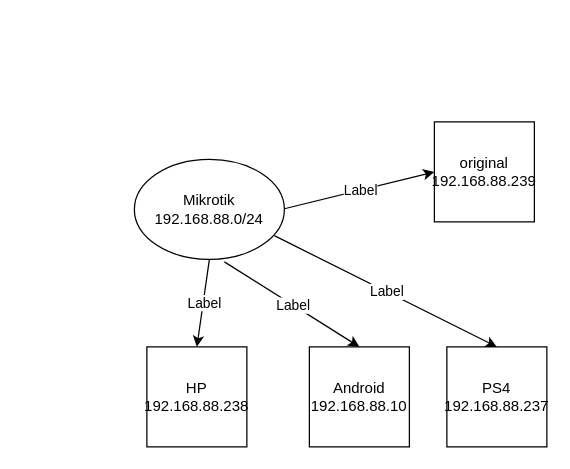
Earlier version of the draw.io diagram Untitled Diagram.drawio (MikhailShapovalov26/3.8). Source tidied: cells renumbered, new cells numbered last; positions are measured from the earlier drawing's top-left corner, leaving out a move shared by most shapes. Both pictures are drawn from the tidied source at 125%, with x=0, y=0 at pixel (134, 121).
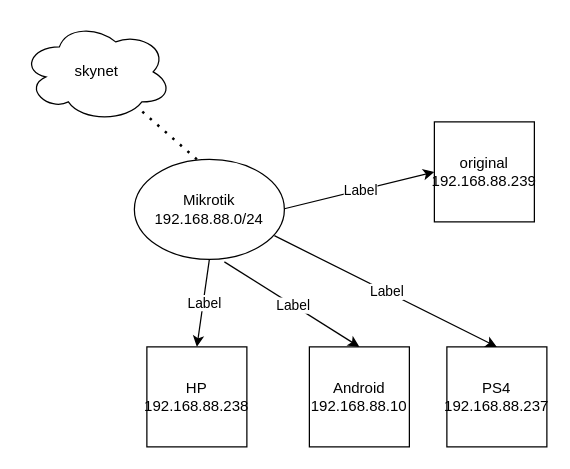
After the change.

Diff of the diagram source:
```diff
@@
 <mxGraphModel>
   <root>
     <mxCell id="0" />
     <mxCell id="1" parent="0" />
     <mxCell id="2" value="Mikrotik 192.168.88.0/24" style="ellipse;whiteSpace=wrap;html=1;" parent="1" vertex="1">
       <mxGeometry y="30" width="120" height="80" as="geometry" />
     </mxCell>
     <mxCell id="3" value="HP 192.168.88.238" style="whiteSpace=wrap;html=1;" parent="1" vertex="1">
       <mxGeometry x="10" y="180" width="80" height="80" as="geometry" />
     </mxCell>
     <mxCell id="4" value="Android 192.168.88.10" style="whiteSpace=wrap;html=1;" parent="1" vertex="1">
       <mxGeometry x="140" y="180" width="80" height="80" as="geometry" />
     </mxCell>
     <mxCell id="5" value="PS4 192.168.88.237" style="whiteSpace=wrap;html=1;" parent="1" vertex="1">
       <mxGeometry x="250" y="180" width="80" height="80" as="geometry" />
     </mxCell>
     <mxCell id="6" value="original 192.168.88.239" style="whiteSpace=wrap;html=1;" parent="1" vertex="1">
       <mxGeometry x="240" width="80" height="80" as="geometry" />
     </mxCell>
     <mxCell id="7" style="endArrow=classic;html=1;rounded=0;entryX=0;entryY=0.5;entryDx=0;entryDy=0;" parent="1" edge="1" target="6">
       <mxGeometry relative="1" as="geometry">
         <mxPoint x="120" y="69.5" as="sourcePoint" />
       </mxGeometry>
     </mxCell>
     <mxCell id="8" value="Label" style="edgeLabel;html=1;align=center;verticalAlign=middle;" parent="7" vertex="1">
       <mxGeometry relative="1" as="geometry" />
     </mxCell>
     <mxCell id="9" style="endArrow=classic;html=1;rounded=0;entryX=0.5;entryY=0;entryDx=0;entryDy=0;exitX=0.933;exitY=0.763;exitDx=0;exitDy=0;exitPerimeter=0;" parent="1" edge="1" source="2" target="5">
       <mxGeometry relative="1" as="geometry" />
     </mxCell>
     <mxCell id="10" value="Label" style="edgeLabel;html=1;align=center;verticalAlign=middle;" parent="9" vertex="1">
       <mxGeometry relative="1" as="geometry" />
     </mxCell>
     <mxCell id="11" style="endArrow=classic;html=1;rounded=0;entryX=0.5;entryY=0;entryDx=0;entryDy=0;exitX=0.6;exitY=1.025;exitDx=0;exitDy=0;exitPerimeter=0;" parent="1" edge="1" source="2" target="4">
       <mxGeometry relative="1" as="geometry" />
     </mxCell>
     <mxCell id="12" value="Label" style="edgeLabel;html=1;align=center;verticalAlign=middle;" parent="11" vertex="1">
       <mxGeometry relative="1" as="geometry" />
     </mxCell>
     <mxCell id="13" style="endArrow=classic;html=1;rounded=0;entryX=0.5;entryY=0;entryDx=0;entryDy=0;exitX=0.5;exitY=1;exitDx=0;exitDy=0;" parent="1" edge="1" source="2" target="3">
       <mxGeometry relative="1" as="geometry" />
     </mxCell>
     <mxCell id="14" value="Label" style="edgeLabel;html=1;align=center;verticalAlign=middle;" parent="13" vertex="1">
       <mxGeometry relative="1" as="geometry" />
     </mxCell>
+    <mxCell id="15" style="endArrow=none;dashed=1;html=1;dashPattern=1 3;strokeWidth=2;rounded=0;" parent="1" edge="1" target="16">
+      <mxGeometry relative="1" as="geometry">
+        <mxPoint x="50" y="30" as="sourcePoint" />
+      </mxGeometry>
+    </mxCell>
+    <mxCell id="16" value="skynet" style="ellipse;shape=cloud;whiteSpace=wrap;html=1;" parent="1" vertex="1">
+      <mxGeometry x="-90" y="-80" width="120" height="80" as="geometry" />
+    </mxCell>
   </root>
 </mxGraphModel>
```
